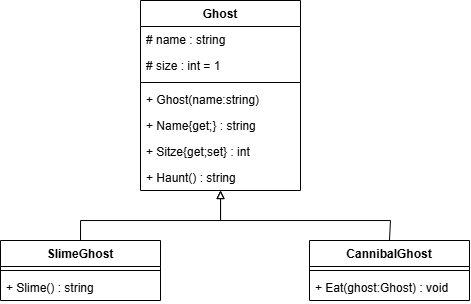
gsoTH/13.3-tdd-MonsterAG keeps this draw.io diagram as MonsterAG.drawio.png. Above is the earlier version. Source tidied: cells renumbered, new cells last; positions are measured from the earlier drawing's top-left corner, leaving out a move shared by most shapes. Its diagram source:
```xml
<mxGraphModel>
  <root>
    <mxCell id="0" />
    <mxCell id="1" parent="0" />
    <mxCell id="2" value="Ghost" style="swimlane;fontStyle=1;align=center;verticalAlign=top;horizontal=1;startSize=26;whiteSpace=wrap;html=1;" parent="1" vertex="1">
      <mxGeometry x="140" width="160" height="190" as="geometry" />
    </mxCell>
    <mxCell id="3" value="# name : string" style="text;strokeColor=none;fillColor=none;align=left;verticalAlign=top;spacingLeft=4;spacingRight=4;overflow=hidden;whiteSpace=wrap;html=1;" parent="2" vertex="1">
      <mxGeometry y="26" width="160" height="26" as="geometry" />
    </mxCell>
    <mxCell id="4" value="# size : int = 1" style="text;strokeColor=none;fillColor=none;align=left;verticalAlign=top;spacingLeft=4;spacingRight=4;overflow=hidden;whiteSpace=wrap;html=1;" parent="2" vertex="1">
      <mxGeometry y="52" width="160" height="26" as="geometry" />
    </mxCell>
    <mxCell id="5" style="line;strokeWidth=1;fillColor=none;align=left;verticalAlign=middle;spacingTop=-1;spacingLeft=3;spacingRight=3;labelPosition=right;strokeColor=inherit;" parent="2" vertex="1">
      <mxGeometry y="78" width="160" height="8" as="geometry" />
    </mxCell>
    <mxCell id="6" value="+ Ghost(name:string)&lt;div&gt;&lt;br&gt;&lt;/div&gt;" style="text;strokeColor=none;fillColor=none;align=left;verticalAlign=top;spacingLeft=4;spacingRight=4;overflow=hidden;whiteSpace=wrap;html=1;" parent="2" vertex="1">
      <mxGeometry y="86" width="160" height="26" as="geometry" />
    </mxCell>
    <mxCell id="7" value="+ Name{get;} : string&lt;div&gt;&lt;br&gt;&lt;/div&gt;" style="text;strokeColor=none;fillColor=none;align=left;verticalAlign=top;spacingLeft=4;spacingRight=4;overflow=hidden;whiteSpace=wrap;html=1;" parent="2" vertex="1">
      <mxGeometry y="112" width="160" height="26" as="geometry" />
    </mxCell>
    <mxCell id="8" value="+ Sitze{get;set} : int&lt;div&gt;&lt;br&gt;&lt;/div&gt;" style="text;strokeColor=none;fillColor=none;align=left;verticalAlign=top;spacingLeft=4;spacingRight=4;overflow=hidden;whiteSpace=wrap;html=1;" parent="2" vertex="1">
      <mxGeometry y="138" width="160" height="26" as="geometry" />
    </mxCell>
    <mxCell id="9" value="+ Haunt() : string&lt;div&gt;&lt;br&gt;&lt;/div&gt;" style="text;strokeColor=none;fillColor=none;align=left;verticalAlign=top;spacingLeft=4;spacingRight=4;overflow=hidden;whiteSpace=wrap;html=1;" parent="2" vertex="1">
      <mxGeometry y="164" width="160" height="26" as="geometry" />
    </mxCell>
    <mxCell id="10" style="edgeStyle=orthogonalEdgeStyle;rounded=0;jettySize=auto;html=1;exitX=0.5;exitY=0;exitDx=0;exitDy=0;endArrow=block;endFill=0;" parent="1" edge="1" source="11" target="2">
      <mxGeometry relative="1" as="geometry">
        <Array as="points">
          <mxPoint x="390" y="220" />
          <mxPoint x="220" y="220" />
        </Array>
      </mxGeometry>
    </mxCell>
    <mxCell id="11" value="CannibalGhost" style="swimlane;fontStyle=1;align=center;verticalAlign=top;horizontal=1;startSize=26;whiteSpace=wrap;html=1;" parent="1" vertex="1">
      <mxGeometry x="309" y="240" width="160" height="60" as="geometry" />
    </mxCell>
    <mxCell id="12" style="line;strokeWidth=1;fillColor=none;align=left;verticalAlign=middle;spacingTop=-1;spacingLeft=3;spacingRight=3;labelPosition=right;strokeColor=inherit;" parent="11" vertex="1">
      <mxGeometry y="26" width="160" height="8" as="geometry" />
    </mxCell>
    <mxCell id="13" value="+ Eat(ghost:Ghost) : void" style="text;strokeColor=none;fillColor=none;align=left;verticalAlign=top;spacingLeft=4;spacingRight=4;overflow=hidden;whiteSpace=wrap;html=1;" parent="11" vertex="1">
      <mxGeometry y="34" width="160" height="26" as="geometry" />
    </mxCell>
    <mxCell id="14" style="edgeStyle=orthogonalEdgeStyle;rounded=0;jettySize=auto;html=1;exitX=0.5;exitY=0;exitDx=0;exitDy=0;endArrow=block;endFill=0;" parent="1" edge="1" source="15" target="2">
      <mxGeometry relative="1" as="geometry">
        <Array as="points">
          <mxPoint x="80" y="220" />
          <mxPoint x="220" y="220" />
        </Array>
      </mxGeometry>
    </mxCell>
    <mxCell id="15" value="SlimeGhost" style="swimlane;fontStyle=1;align=center;verticalAlign=top;horizontal=1;startSize=26;whiteSpace=wrap;html=1;" parent="1" vertex="1">
      <mxGeometry y="240" width="160" height="60" as="geometry" />
    </mxCell>
    <mxCell id="16" style="line;strokeWidth=1;fillColor=none;align=left;verticalAlign=middle;spacingTop=-1;spacingLeft=3;spacingRight=3;labelPosition=right;strokeColor=inherit;" parent="15" vertex="1">
      <mxGeometry y="26" width="160" height="8" as="geometry" />
    </mxCell>
    <mxCell id="17" value="+ Slime() : string" style="text;strokeColor=none;fillColor=none;align=left;verticalAlign=top;spacingLeft=4;spacingRight=4;overflow=hidden;whiteSpace=wrap;html=1;" parent="15" vertex="1">
      <mxGeometry y="34" width="160" height="26" as="geometry" />
    </mxCell>
  </root>
</mxGraphModel>
```
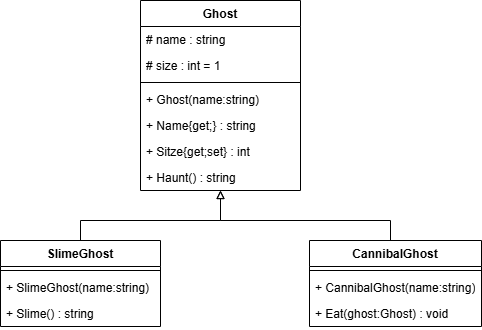
Later version of the same file.

Commit message:
Konstruktoren ergänzt

What changed in the source:
```diff
@@ -35,13 +35,16 @@
       </mxGeometry>
     </mxCell>
     <mxCell id="11" value="CannibalGhost" style="swimlane;fontStyle=1;align=center;verticalAlign=top;horizontal=1;startSize=26;whiteSpace=wrap;html=1;" parent="1" vertex="1">
-      <mxGeometry x="309" y="240" width="160" height="60" as="geometry" />
+      <mxGeometry x="309" y="240" width="172" height="86" as="geometry" />
     </mxCell>
     <mxCell id="12" style="line;strokeWidth=1;fillColor=none;align=left;verticalAlign=middle;spacingTop=-1;spacingLeft=3;spacingRight=3;labelPosition=right;strokeColor=inherit;" parent="11" vertex="1">
-      <mxGeometry y="26" width="160" height="8" as="geometry" />
+      <mxGeometry y="26" width="172" height="8" as="geometry" />
     </mxCell>
+    <mxCell id="18" value="+ CannibalGhost(name:string)" style="text;strokeColor=none;fillColor=none;align=left;verticalAlign=top;spacingLeft=4;spacingRight=4;overflow=hidden;whiteSpace=wrap;html=1;" parent="11" vertex="1">
+      <mxGeometry y="34" width="172" height="26" as="geometry" />
+    </mxCell>
     <mxCell id="13" value="+ Eat(ghost:Ghost) : void" style="text;strokeColor=none;fillColor=none;align=left;verticalAlign=top;spacingLeft=4;spacingRight=4;overflow=hidden;whiteSpace=wrap;html=1;" parent="11" vertex="1">
-      <mxGeometry y="34" width="160" height="26" as="geometry" />
+      <mxGeometry y="60" width="172" height="26" as="geometry" />
     </mxCell>
     <mxCell id="14" style="edgeStyle=orthogonalEdgeStyle;rounded=0;jettySize=auto;html=1;exitX=0.5;exitY=0;exitDx=0;exitDy=0;endArrow=block;endFill=0;" parent="1" edge="1" source="15" target="2">
       <mxGeometry relative="1" as="geometry">
@@ -52,13 +55,16 @@
       </mxGeometry>
     </mxCell>
     <mxCell id="15" value="SlimeGhost" style="swimlane;fontStyle=1;align=center;verticalAlign=top;horizontal=1;startSize=26;whiteSpace=wrap;html=1;" parent="1" vertex="1">
-      <mxGeometry y="240" width="160" height="60" as="geometry" />
+      <mxGeometry y="240" width="160" height="86" as="geometry" />
     </mxCell>
     <mxCell id="16" style="line;strokeWidth=1;fillColor=none;align=left;verticalAlign=middle;spacingTop=-1;spacingLeft=3;spacingRight=3;labelPosition=right;strokeColor=inherit;" parent="15" vertex="1">
       <mxGeometry y="26" width="160" height="8" as="geometry" />
     </mxCell>
+    <mxCell id="19" value="+ SlimeGhost(name:string)" style="text;strokeColor=none;fillColor=none;align=left;verticalAlign=top;spacingLeft=4;spacingRight=4;overflow=hidden;whiteSpace=wrap;html=1;" parent="15" vertex="1">
+      <mxGeometry y="34" width="160" height="26" as="geometry" />
+    </mxCell>
     <mxCell id="17" value="+ Slime() : string" style="text;strokeColor=none;fillColor=none;align=left;verticalAlign=top;spacingLeft=4;spacingRight=4;overflow=hidden;whiteSpace=wrap;html=1;" parent="15" vertex="1">
-      <mxGeometry y="34" width="160" height="26" as="geometry" />
+      <mxGeometry y="60" width="160" height="26" as="geometry" />
     </mxCell>
   </root>
 </mxGraphModel>
```
